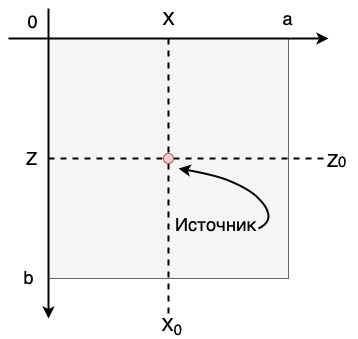
Above: tex/img/env-source.png in sadads1337/fft (draw.io), before the change. Source tidied: cells renumbered, new cells last; positions are measured from the earlier drawing's top-left corner, leaving out a move shared by most shapes.
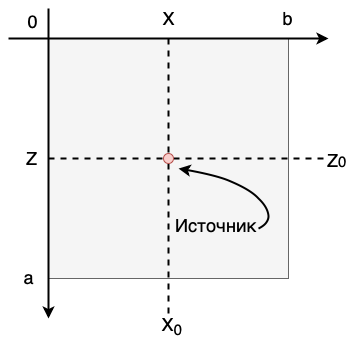
The same diagram one commit later.

The edit, as a diff of the source:
```diff
@@ -17,10 +17,10 @@
         <mxPoint x="40" y="310" as="targetPoint" />
       </mxGeometry>
     </mxCell>
-    <mxCell id="5" value="a" style="text;html=1;strokeColor=none;fillColor=none;align=center;verticalAlign=middle;whiteSpace=wrap;rounded=0;fontSize=18;" parent="1" vertex="1">
+    <mxCell id="5" value="b" style="text;html=1;strokeColor=none;fillColor=none;align=center;verticalAlign=middle;whiteSpace=wrap;rounded=0;fontSize=18;" parent="1" vertex="1">
       <mxGeometry x="260" width="40" height="20" as="geometry" />
     </mxCell>
-    <mxCell id="6" value="b" style="text;html=1;strokeColor=none;fillColor=none;align=center;verticalAlign=middle;whiteSpace=wrap;rounded=0;fontSize=18;" parent="1" vertex="1">
+    <mxCell id="6" value="a" style="text;html=1;strokeColor=none;fillColor=none;align=center;verticalAlign=middle;whiteSpace=wrap;rounded=0;fontSize=18;" parent="1" vertex="1">
       <mxGeometry x="1" y="259" width="40" height="20" as="geometry" />
     </mxCell>
     <mxCell id="7" value="0" style="text;html=1;strokeColor=none;fillColor=none;align=center;verticalAlign=middle;whiteSpace=wrap;rounded=0;fontSize=18;" parent="1" vertex="1">
@@ -64,7 +64,7 @@
       </mxGeometry>
     </mxCell>
     <mxCell id="16" value="Источник" style="text;html=1;strokeColor=none;fillColor=none;align=center;verticalAlign=middle;whiteSpace=wrap;rounded=0;fontSize=18;" parent="1" vertex="1">
-      <mxGeometry x="188" y="206" width="40" height="20" as="geometry" />
+      <mxGeometry x="188" y="207" width="40" height="20" as="geometry" />
     </mxCell>
   </root>
 </mxGraphModel>
```
